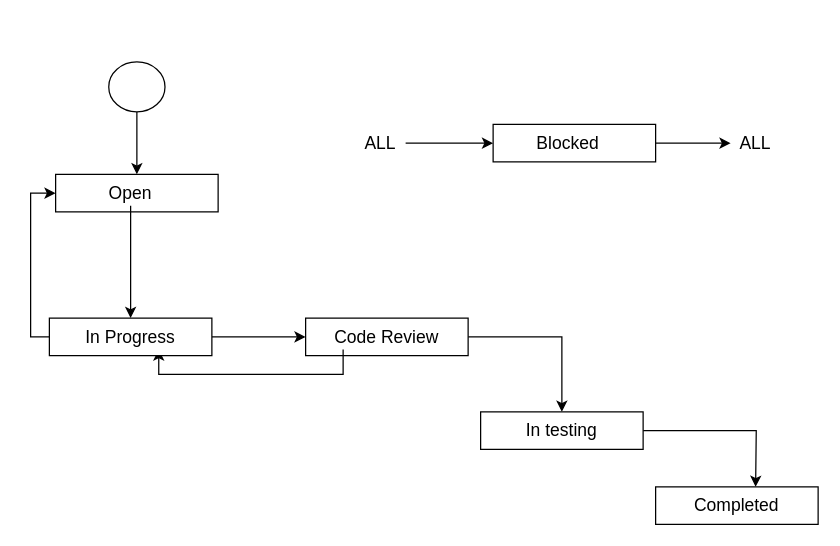
Above: page "Workflow - Tech story, Sab-task" (4 of 4) of Untitled Diagram.drawio in j-croix/Python_basics (draw.io), before the change. Source tidied: cells renumbered, new cells numbered last; positions are measured from the earlier drawing's top-left corner, leaving out a move shared by most shapes. Both pictures are drawn from the tidied source at 125%, with x=0, y=0 at pixel (30, 61).
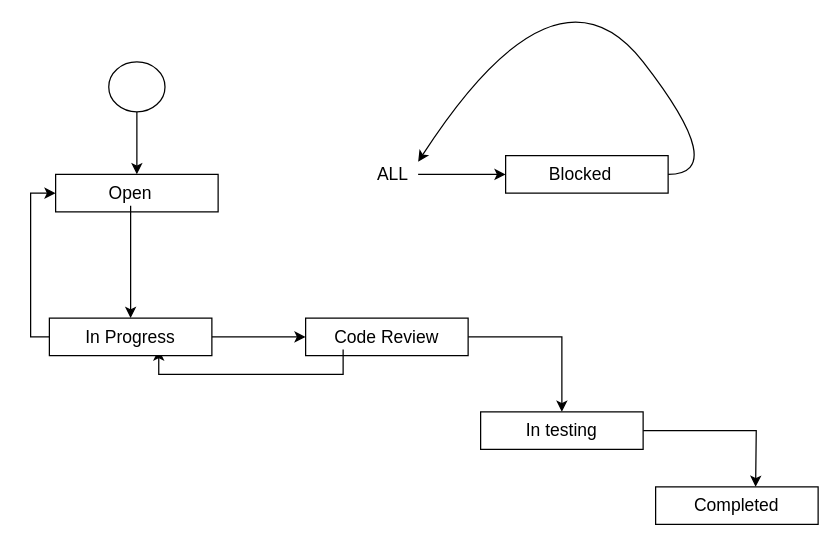
The same diagram, later.

The edit, as a diff of the source:
```diff
@@
-    <mxCell id="20" style="edgeStyle=orthogonalEdgeStyle;rounded=0;jettySize=auto;html=1;" parent="1" edge="1" source="21" target="25">
-      <mxGeometry relative="1" as="geometry" />
-    </mxCell>
-    <mxCell id="21" style="rounded=0;whiteSpace=wrap;html=1;" parent="1" vertex="1">
-      <mxGeometry x="370" y="50" width="130" height="30" as="geometry" />
-    </mxCell>
+    <mxCell id="26" style="rounded=0;whiteSpace=wrap;html=1;" parent="1" vertex="1">
+      <mxGeometry x="380" y="75" width="130" height="30" as="geometry" />
+    </mxCell>
     <mxCell id="22" value="&lt;font style=&quot;font-size: 14px&quot;&gt;Blocked&lt;/font&gt;" style="text;html=1;strokeColor=none;fillColor=none;align=center;verticalAlign=middle;whiteSpace=wrap;rounded=0;" parent="1" vertex="1">
-      <mxGeometry x="410" y="55" width="40" height="20" as="geometry" />
+      <mxGeometry x="420" y="80" width="40" height="20" as="geometry" />
     </mxCell>
-    <mxCell id="23" style="edgeStyle=orthogonalEdgeStyle;rounded=0;jettySize=auto;html=1;entryX=0;entryY=0.5;entryDx=0;entryDy=0;" parent="1" edge="1" source="24" target="21">
-      <mxGeometry relative="1" as="geometry" />
-    </mxCell>
-    <mxCell id="24" value="&lt;font style=&quot;font-size: 14px&quot;&gt;ALL&lt;/font&gt;" style="text;html=1;strokeColor=none;fillColor=none;align=center;verticalAlign=middle;whiteSpace=wrap;rounded=0;" parent="1" vertex="1">
-      <mxGeometry x="260" y="55" width="40" height="20" as="geometry" />
-    </mxCell>
-    <mxCell id="25" value="&lt;font style=&quot;font-size: 14px&quot;&gt;ALL&lt;/font&gt;" style="text;html=1;strokeColor=none;fillColor=none;align=center;verticalAlign=middle;whiteSpace=wrap;rounded=0;" parent="1" vertex="1">
-      <mxGeometry x="560" y="55" width="40" height="20" as="geometry" />
-    </mxCell>
+    <mxCell id="27" style="edgeStyle=orthogonalEdgeStyle;rounded=0;jettySize=auto;html=1;entryX=0;entryY=0.5;entryDx=0;entryDy=0;" parent="1" edge="1" source="28" target="26">
+      <mxGeometry relative="1" as="geometry" />
+    </mxCell>
+    <mxCell id="28" value="&lt;font style=&quot;font-size: 14px&quot;&gt;ALL&lt;/font&gt;" style="text;html=1;strokeColor=none;fillColor=none;align=center;verticalAlign=middle;whiteSpace=wrap;rounded=0;" parent="1" vertex="1">
+      <mxGeometry x="270" y="80" width="40" height="20" as="geometry" />
+    </mxCell>
+    <mxCell id="29" style="curved=1;endArrow=classic;html=1;entryX=1;entryY=0;entryDx=0;entryDy=0;" parent="1" edge="1" target="28">
+      <mxGeometry relative="1" as="geometry">
+        <mxPoint x="510" y="90" as="sourcePoint" />
+        <Array as="points">
+          <mxPoint x="560" y="90" />
+          <mxPoint x="420" y="-90" />
+        </Array>
+      </mxGeometry>
+    </mxCell>
```
